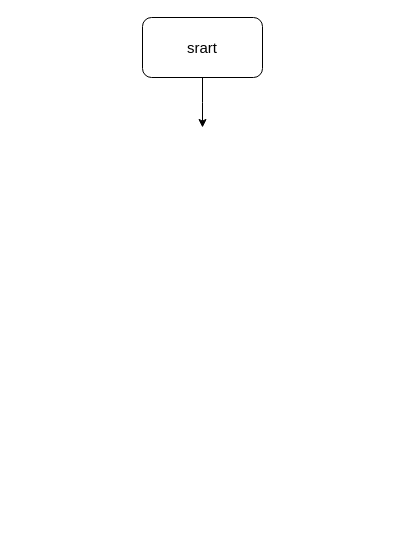
This is q3.drawio from miriamnipom/miriam, a draw.io file, before an edit. Source tidied: cells renumbered, new cells numbered last; positions are measured from the earlier drawing's top-left corner, leaving out a move shared by most shapes. Both pictures are drawn from the tidied source at 100%, with x=0, y=0 at pixel (142, 17).
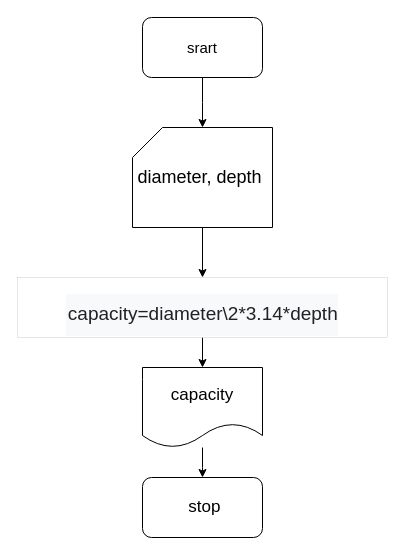
The same page after the edit.

The edit, as a diff of the source:
```diff
@@
 <mxGraphModel>
   <root>
     <mxCell id="0" />
     <mxCell id="1" parent="0" />
     <mxCell id="2" style="edgeStyle=orthogonalEdgeStyle;rounded=0;jettySize=auto;html=1;" parent="1" edge="1" source="3">
       <mxGeometry relative="1" as="geometry">
         <mxPoint x="60" y="110" as="targetPoint" />
       </mxGeometry>
     </mxCell>
     <mxCell id="3" value="&lt;font style=&quot;font-size: 15px;&quot;&gt;srart&lt;/font&gt;" style="rounded=1;whiteSpace=wrap;html=1;" parent="1" vertex="1">
       <mxGeometry width="120" height="60" as="geometry" />
     </mxCell>
+    <mxCell id="4" style="edgeStyle=orthogonalEdgeStyle;rounded=0;jettySize=auto;html=1;exitX=0.5;exitY=1;exitDx=0;exitDy=0;exitPerimeter=0;entryX=0.5;entryY=0;entryDx=0;entryDy=0;" parent="1" edge="1" source="5" target="7">
+      <mxGeometry relative="1" as="geometry" />
+    </mxCell>
+    <mxCell id="5" value="&lt;font style=&quot;font-size: 18px;&quot;&gt;diameter, depth&amp;nbsp;&lt;/font&gt;" style="shape=card;whiteSpace=wrap;html=1;" parent="1" vertex="1">
+      <mxGeometry x="-10" y="110" width="140" height="100" as="geometry" />
+    </mxCell>
+    <mxCell id="6" style="edgeStyle=orthogonalEdgeStyle;rounded=0;jettySize=auto;html=1;" parent="1" edge="1" source="7">
+      <mxGeometry relative="1" as="geometry">
+        <mxPoint x="60" y="350" as="targetPoint" />
+        <Array as="points">
+          <mxPoint x="60" y="350" />
+          <mxPoint x="60" y="350" />
+        </Array>
+      </mxGeometry>
+    </mxCell>
+    <mxCell id="7" value="&lt;br&gt;&lt;pre style=&quot;unicode-bidi: isolate; line-height: 36px; background-color: rgb(248, 249, 250); border: none; padding: 2px 0px 2px 0.14em; position: relative; margin: -2px 0px; resize: none; font-family: inherit; overflow: hidden; text-align: left; width: 270px; overflow-wrap: break-word; color: rgb(32, 33, 36); font-style: normal; font-variant-ligatures: normal; font-variant-caps: normal; font-weight: 400; letter-spacing: normal; orphans: 2; text-indent: 0px; text-transform: none; widows: 2; word-spacing: 0px; -webkit-text-stroke-width: 0px; text-decoration-thickness: initial; text-decoration-style: initial; text-decoration-color: initial;&quot; dir=&quot;ltr&quot; id=&quot;tw-target-text&quot; class=&quot;tw-data-text tw-text-large tw-ta&quot;&gt;&lt;span style=&quot;&quot; lang=&quot;en&quot; class=&quot;Y2IQFc&quot;&gt;&lt;font style=&quot;font-size: 19px;&quot;&gt;capacity=diameter\2*3.14*depth&lt;/font&gt;&lt;/span&gt;&lt;/pre&gt;" style="rounded=0;whiteSpace=wrap;html=1;strokeWidth=0;" parent="1" vertex="1">
+      <mxGeometry x="-125" y="260" width="370" height="60" as="geometry" />
+    </mxCell>
+    <mxCell id="8" style="edgeStyle=orthogonalEdgeStyle;rounded=0;jettySize=auto;html=1;" parent="1" edge="1" source="9">
+      <mxGeometry relative="1" as="geometry">
+        <mxPoint x="60" y="460" as="targetPoint" />
+      </mxGeometry>
+    </mxCell>
+    <mxCell id="9" value="&lt;font style=&quot;font-size: 17px;&quot;&gt;capacity&lt;/font&gt;" style="shape=document;whiteSpace=wrap;html=1;boundedLbl=1;" parent="1" vertex="1">
+      <mxGeometry y="350" width="120" height="80" as="geometry" />
+    </mxCell>
+    <mxCell id="10" style="edgeStyle=orthogonalEdgeStyle;rounded=0;jettySize=auto;html=1;exitX=0.75;exitY=0;exitDx=0;exitDy=0;" parent="1" edge="1" source="11">
+      <mxGeometry relative="1" as="geometry">
+        <mxPoint x="90" y="480" as="targetPoint" />
+      </mxGeometry>
+    </mxCell>
+    <mxCell id="11" value="&lt;font style=&quot;font-size: 17px;&quot;&gt;&amp;nbsp;stop&lt;/font&gt;" style="rounded=1;whiteSpace=wrap;html=1;" parent="1" vertex="1">
+      <mxGeometry y="460" width="120" height="60" as="geometry" />
+    </mxCell>
   </root>
 </mxGraphModel>
```
